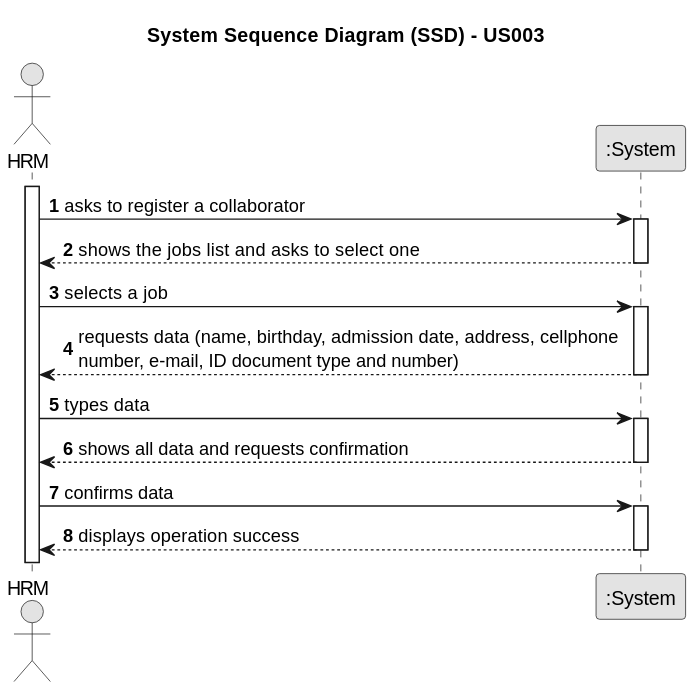
This is docs/sprintA/us003/01.requirements-engineering/svg/us003-system-sequence-diagram.svg from Departamento-de-Engenharia-Informatica/lei-24-s2-1do-g164, a PlantUML export, as it was before one commit.
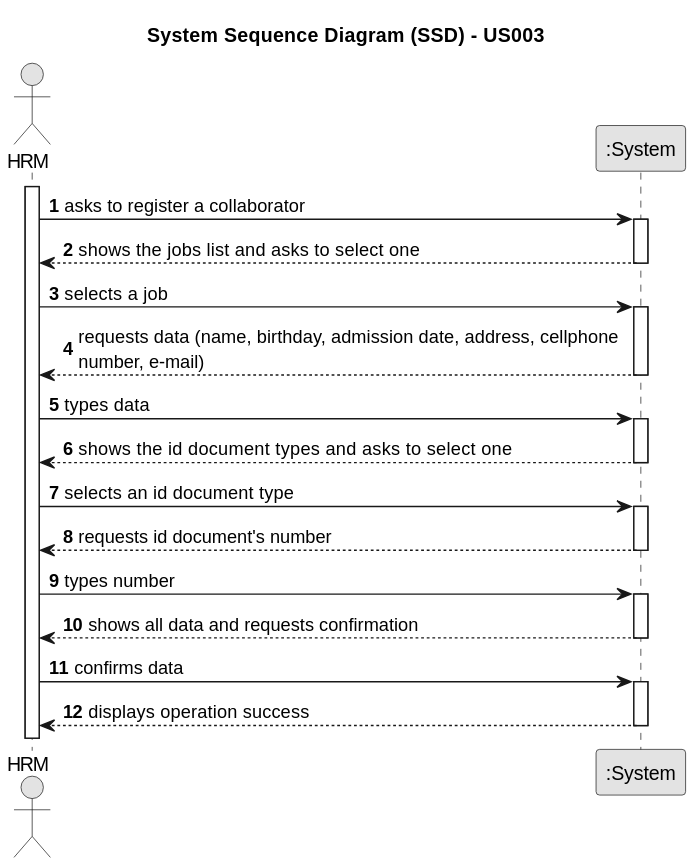
The same file after the commit.

The edit, as a diff of the source:
```diff
@@ -21,18 +21,30 @@
     Employee -> System : selects a job
     activate System
 
-    System --> Employee : requests data (name, birthday, admission date, address, cellphone \nnumber, e-mail, ID document type and number)
+    System --> Employee : requests data (name, birthday, admission date, address, cellphone \nnumber, e-mail)
     deactivate System
 
     Employee -> System : types data
     activate System
 
-        System --> Employee : shows all data and requests confirmation
+        System --> Employee : shows the  id document types and asks to select one
     deactivate System
+
+    Employee -> System : selects an id document type
+        activate System
+
+            System --> Employee : requests id document's number
+        deactivate System
+
+    Employee -> System : types number
+        activate System
+
+            System --> Employee : shows all data and requests confirmation
+        deactivate System
 
     Employee -> System : confirms data
     activate System
 
-        System --> Employee : displays operation success
+    System --> Employee : displays operation success
     deactivate System
 @enduml
```
